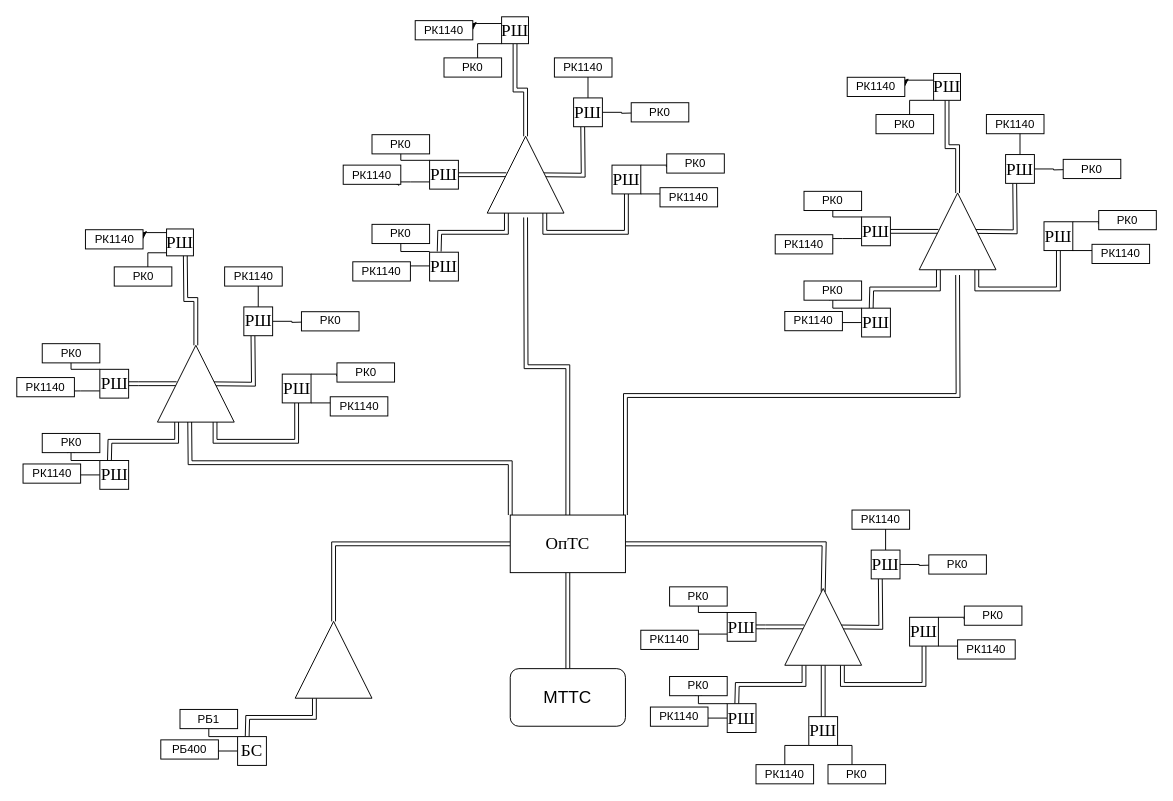
Above: obdz2/схема 22.drawio in AngelicHavy/site (draw.io), before the change. Source tidied: cells renumbered, new cells numbered last; positions are measured from the earlier drawing's top-left corner, leaving out a move shared by most shapes. Both pictures are drawn from the tidied source at 96%, with x=0, y=0 at pixel (16, 16).
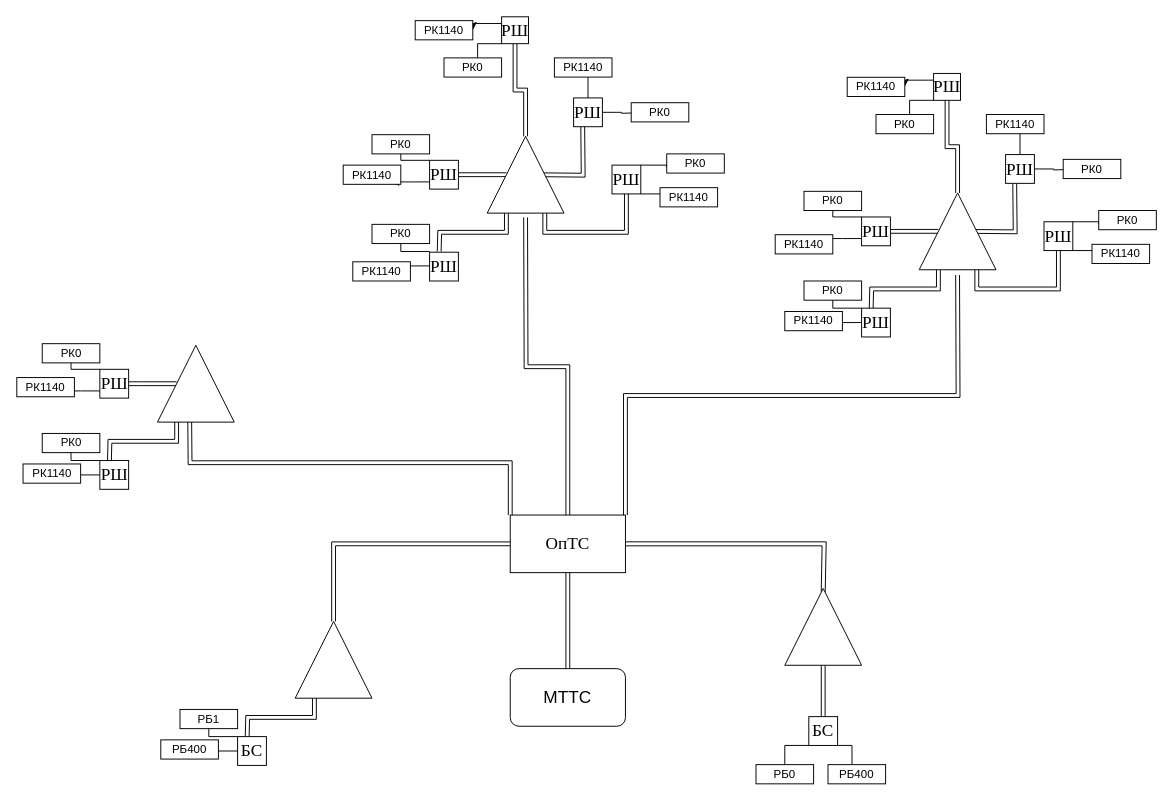
After the change.

Unchanged cells that the change refers to:
```xml
<mxCell id="15" style="triangle;whiteSpace=wrap;html=1;rotation=-90;" parent="1" vertex="1">
  <mxGeometry x="800" y="595.5" width="80" height="80" as="geometry" />
</mxCell>
<mxCell id="84" style="triangle;whiteSpace=wrap;html=1;rotation=-90;" parent="1" vertex="1">
  <mxGeometry x="146.5" y="342.2" width="80" height="80" as="geometry" />
</mxCell>
```

Diff of the diagram source:
```diff
@@
-    <mxCell id="10" style="edgeStyle=orthogonalEdgeStyle;rounded=0;jettySize=auto;html=1;exitX=0.5;exitY=0;exitDx=0;exitDy=0;shape=link;" parent="1" edge="1" source="15">
-      <mxGeometry relative="1" as="geometry">
-        <mxPoint x="770" y="635.5" as="targetPoint" />
-      </mxGeometry>
-    </mxCell>
-    <mxCell id="11" style="edgeStyle=orthogonalEdgeStyle;rounded=0;orthogonalLoop=1;jettySize=auto;html=1;exitX=0.5;exitY=1;exitDx=0;exitDy=0;shape=link;" parent="1" edge="1">
-      <mxGeometry relative="1" as="geometry">
-        <mxPoint x="849.5" y="635.5" as="sourcePoint" />
-        <mxPoint x="899.5" y="585.5" as="targetPoint" />
-      </mxGeometry>
-    </mxCell>
-    <mxCell id="12" style="edgeStyle=orthogonalEdgeStyle;rounded=0;jettySize=auto;html=1;exitX=0;exitY=0.75;exitDx=0;exitDy=0;shape=link;entryX=0.5;entryY=1;entryDx=0;entryDy=0;" parent="1" edge="1" source="15" target="18">
-      <mxGeometry relative="1" as="geometry" />
-    </mxCell>
-    <mxCell id="13" style="edgeStyle=orthogonalEdgeStyle;rounded=0;jettySize=auto;html=1;exitX=0;exitY=0.25;exitDx=0;exitDy=0;shape=link;" parent="1" edge="1" source="15">
-      <mxGeometry relative="1" as="geometry">
-        <mxPoint x="750" y="715.5" as="targetPoint" />
-      </mxGeometry>
-    </mxCell>
@@
-    <mxCell id="16" style="edgeStyle=orthogonalEdgeStyle;rounded=0;jettySize=auto;html=1;exitX=1;exitY=0;exitDx=0;exitDy=0;" parent="1" edge="1" source="18">
-      <mxGeometry relative="1" as="geometry">
-        <mxPoint x="990" y="619" as="targetPoint" />
-      </mxGeometry>
-    </mxCell>
-    <mxCell id="17" style="edgeStyle=orthogonalEdgeStyle;rounded=0;jettySize=auto;html=1;exitX=1;exitY=1;exitDx=0;exitDy=0;" parent="1" edge="1" source="18">
-      <mxGeometry relative="1" as="geometry">
-        <mxPoint x="990" y="656" as="targetPoint" />
-      </mxGeometry>
-    </mxCell>
-    <mxCell id="18" value="&lt;font style=&quot;font-size: 18px;&quot; face=&quot;Times New Roman&quot;&gt;РШ&lt;/font&gt;" style="whiteSpace=wrap;html=1;" parent="1" vertex="1">
-      <mxGeometry x="930" y="625.5" width="30" height="30" as="geometry" />
-    </mxCell>
-    <mxCell id="19" style="edgeStyle=orthogonalEdgeStyle;rounded=0;jettySize=auto;html=1;exitX=0.5;exitY=0;exitDx=0;exitDy=0;" parent="1" edge="1" source="21">
-      <mxGeometry relative="1" as="geometry">
-        <mxPoint x="905" y="519" as="targetPoint" />
-      </mxGeometry>
-    </mxCell>
-    <mxCell id="20" style="edgeStyle=orthogonalEdgeStyle;rounded=0;jettySize=auto;html=1;exitX=1;exitY=0.5;exitDx=0;exitDy=0;" parent="1" edge="1" source="21">
-      <mxGeometry relative="1" as="geometry">
-        <mxPoint x="960" y="571" as="targetPoint" />
-      </mxGeometry>
-    </mxCell>
-    <mxCell id="21" value="&lt;font face=&quot;Times New Roman&quot; style=&quot;font-size: 18px;&quot;&gt;РШ&lt;/font&gt;" style="whiteSpace=wrap;html=1;" parent="1" vertex="1">
-      <mxGeometry x="890" y="555.5" width="30" height="30" as="geometry" />
-    </mxCell>
@@
-    <mxCell id="24" value="&lt;font face=&quot;Times New Roman&quot; style=&quot;font-size: 18px;&quot;&gt;РШ&lt;/font&gt;" style="whiteSpace=wrap;html=1;" parent="1" vertex="1">
+    <mxCell id="24" value="&lt;font face=&quot;Times New Roman&quot;&gt;&lt;span style=&quot;font-size: 18px;&quot;&gt;БС&lt;/span&gt;&lt;/font&gt;" style="whiteSpace=wrap;html=1;" parent="1" vertex="1">
       <mxGeometry x="825" y="729" width="30" height="30" as="geometry" />
     </mxCell>
-    <mxCell id="25" style="edgeStyle=orthogonalEdgeStyle;rounded=0;jettySize=auto;html=1;exitX=0;exitY=0.75;exitDx=0;exitDy=0;" parent="1" edge="1" source="27">
-      <mxGeometry relative="1" as="geometry">
-        <mxPoint x="700" y="643" as="targetPoint" />
-      </mxGeometry>
-    </mxCell>
-    <mxCell id="26" style="edgeStyle=orthogonalEdgeStyle;rounded=0;jettySize=auto;html=1;exitX=0;exitY=0;exitDx=0;exitDy=0;" parent="1" edge="1" source="27">
-      <mxGeometry relative="1" as="geometry">
-        <mxPoint x="710" y="599" as="targetPoint" />
-      </mxGeometry>
-    </mxCell>
-    <mxCell id="27" value="&lt;font face=&quot;Times New Roman&quot; style=&quot;font-size: 18px;&quot;&gt;РШ&lt;/font&gt;" style="whiteSpace=wrap;html=1;" parent="1" vertex="1">
-      <mxGeometry x="740" y="620.5" width="30" height="30" as="geometry" />
-    </mxCell>
-    <mxCell id="28" style="edgeStyle=orthogonalEdgeStyle;rounded=0;jettySize=auto;html=1;exitX=0;exitY=0.5;exitDx=0;exitDy=0;" parent="1" edge="1" source="30">
-      <mxGeometry relative="1" as="geometry">
-        <mxPoint x="710" y="731" as="targetPoint" />
-      </mxGeometry>
-    </mxCell>
-    <mxCell id="29" style="edgeStyle=orthogonalEdgeStyle;rounded=0;jettySize=auto;html=1;exitX=0;exitY=0;exitDx=0;exitDy=0;" parent="1" edge="1" source="30">
-      <mxGeometry relative="1" as="geometry">
-        <mxPoint x="710" y="699" as="targetPoint" />
-      </mxGeometry>
-    </mxCell>
-    <mxCell id="30" value="&lt;font face=&quot;Times New Roman&quot; style=&quot;font-size: 18px;&quot;&gt;РШ&lt;/font&gt;" style="whiteSpace=wrap;html=1;" parent="1" vertex="1">
-      <mxGeometry x="740" y="715.5" width="30" height="30" as="geometry" />
-    </mxCell>
-    <mxCell id="31" value="РК0" style="rounded=0;whiteSpace=wrap;html=1;" parent="1" vertex="1">
+    <mxCell id="31" value="РБ400" style="rounded=0;whiteSpace=wrap;html=1;" parent="1" vertex="1">
       <mxGeometry x="845" y="779" width="60" height="20" as="geometry" />
     </mxCell>
-    <mxCell id="32" value="РК1140" style="rounded=0;whiteSpace=wrap;html=1;" parent="1" vertex="1">
+    <mxCell id="32" value="РБ0" style="rounded=0;whiteSpace=wrap;html=1;" parent="1" vertex="1">
       <mxGeometry x="770" y="779" width="60" height="20" as="geometry" />
     </mxCell>
-    <mxCell id="33" value="РК0" style="rounded=0;whiteSpace=wrap;html=1;" parent="1" vertex="1">
-      <mxGeometry x="987" y="613.8" width="60" height="20" as="geometry" />
-    </mxCell>
-    <mxCell id="34" value="РК0" style="rounded=0;whiteSpace=wrap;html=1;" parent="1" vertex="1">
-      <mxGeometry x="950" y="560.5" width="60" height="20" as="geometry" />
-    </mxCell>
-    <mxCell id="35" value="РК0" style="rounded=0;whiteSpace=wrap;html=1;" parent="1" vertex="1">
-      <mxGeometry x="680" y="593.8" width="60" height="20" as="geometry" />
-    </mxCell>
-    <mxCell id="36" value="РК0" style="rounded=0;whiteSpace=wrap;html=1;" parent="1" vertex="1">
-      <mxGeometry x="680" y="687.2" width="60" height="20" as="geometry" />
-    </mxCell>
-    <mxCell id="37" value="РК1140" style="rounded=0;whiteSpace=wrap;html=1;" parent="1" vertex="1">
-      <mxGeometry x="980" y="649" width="60" height="20" as="geometry" />
-    </mxCell>
-    <mxCell id="38" value="РК1140" style="rounded=0;whiteSpace=wrap;html=1;" parent="1" vertex="1">
-      <mxGeometry x="870" y="513.8" width="60" height="20" as="geometry" />
-    </mxCell>
-    <mxCell id="39" value="РК1140" style="rounded=0;whiteSpace=wrap;html=1;" parent="1" vertex="1">
-      <mxGeometry x="650" y="639" width="60" height="20" as="geometry" />
-    </mxCell>
-    <mxCell id="40" value="РК1140" style="rounded=0;whiteSpace=wrap;html=1;" parent="1" vertex="1">
-      <mxGeometry x="660" y="719" width="60" height="20" as="geometry" />
-    </mxCell>
@@
-    <mxCell id="80" style="edgeStyle=orthogonalEdgeStyle;rounded=0;orthogonalLoop=1;jettySize=auto;html=1;exitX=0.5;exitY=1;exitDx=0;exitDy=0;shape=link;" parent="1" edge="1">
-      <mxGeometry relative="1" as="geometry">
-        <mxPoint x="196" y="382.2" as="sourcePoint" />
-        <mxPoint x="246" y="332.2" as="targetPoint" />
-      </mxGeometry>
-    </mxCell>
-    <mxCell id="81" style="edgeStyle=orthogonalEdgeStyle;rounded=0;jettySize=auto;html=1;exitX=0;exitY=0.75;exitDx=0;exitDy=0;shape=link;entryX=0.5;entryY=1;entryDx=0;entryDy=0;" parent="1" edge="1" source="84" target="87">
-      <mxGeometry relative="1" as="geometry" />
-    </mxCell>
@@
-    <mxCell id="83" style="edgeStyle=orthogonalEdgeStyle;rounded=0;jettySize=auto;html=1;exitX=1;exitY=0.5;exitDx=0;exitDy=0;entryX=0.5;entryY=1;entryDx=0;entryDy=0;shape=link;" parent="1" edge="1" source="84">
-      <mxGeometry relative="1" as="geometry">
-        <mxPoint x="175.5" y="245.8" as="targetPoint" />
-      </mxGeometry>
-    </mxCell>
@@
-    <mxCell id="85" style="edgeStyle=orthogonalEdgeStyle;rounded=0;jettySize=auto;html=1;exitX=1;exitY=0;exitDx=0;exitDy=0;" parent="1" edge="1" source="87">
-      <mxGeometry relative="1" as="geometry">
-        <mxPoint x="336.5" y="365.8" as="targetPoint" />
-      </mxGeometry>
-    </mxCell>
-    <mxCell id="86" style="edgeStyle=orthogonalEdgeStyle;rounded=0;jettySize=auto;html=1;exitX=1;exitY=1;exitDx=0;exitDy=0;" parent="1" edge="1" source="87">
-      <mxGeometry relative="1" as="geometry">
-        <mxPoint x="336.5" y="402.8" as="targetPoint" />
-      </mxGeometry>
-    </mxCell>
-    <mxCell id="87" value="&lt;font style=&quot;font-size: 18px;&quot; face=&quot;Times New Roman&quot;&gt;РШ&lt;/font&gt;" style="whiteSpace=wrap;html=1;" parent="1" vertex="1">
-      <mxGeometry x="276.5" y="372.2" width="30" height="30" as="geometry" />
-    </mxCell>
-    <mxCell id="88" style="edgeStyle=orthogonalEdgeStyle;rounded=0;jettySize=auto;html=1;exitX=0.5;exitY=0;exitDx=0;exitDy=0;" parent="1" edge="1" source="90">
-      <mxGeometry relative="1" as="geometry">
-        <mxPoint x="251.5" y="265.8" as="targetPoint" />
-      </mxGeometry>
-    </mxCell>
-    <mxCell id="89" style="edgeStyle=orthogonalEdgeStyle;rounded=0;jettySize=auto;html=1;exitX=1;exitY=0.5;exitDx=0;exitDy=0;" parent="1" edge="1" source="90">
-      <mxGeometry relative="1" as="geometry">
-        <mxPoint x="306.5" y="317.8" as="targetPoint" />
-      </mxGeometry>
-    </mxCell>
-    <mxCell id="90" value="&lt;font face=&quot;Times New Roman&quot; style=&quot;font-size: 18px;&quot;&gt;РШ&lt;/font&gt;" style="whiteSpace=wrap;html=1;" parent="1" vertex="1">
-      <mxGeometry x="236.5" y="302.2" width="30" height="30" as="geometry" />
-    </mxCell>
-    <mxCell id="91" style="edgeStyle=orthogonalEdgeStyle;rounded=0;orthogonalLoop=1;jettySize=auto;html=1;exitX=0;exitY=1;exitDx=0;exitDy=0;" parent="1" edge="1">
-      <mxGeometry relative="1" as="geometry">
-        <mxPoint x="161.5" y="245.8" as="sourcePoint" />
-        <mxPoint x="136.5" y="275.8" as="targetPoint" />
-      </mxGeometry>
-    </mxCell>
-    <mxCell id="92" style="edgeStyle=orthogonalEdgeStyle;rounded=0;jettySize=auto;html=1;exitX=0;exitY=0.25;exitDx=0;exitDy=0;entryX=1;entryY=0.5;entryDx=0;entryDy=0;" parent="1" edge="1" target="100">
-      <mxGeometry relative="1" as="geometry">
-        <mxPoint x="161.5" y="224.8" as="sourcePoint" />
-      </mxGeometry>
-    </mxCell>
@@
-    <mxCell id="99" value="РК0" style="rounded=0;whiteSpace=wrap;html=1;" parent="1" vertex="1">
-      <mxGeometry x="101.5" y="260.5" width="60" height="20" as="geometry" />
-    </mxCell>
-    <mxCell id="100" value="РК1140" style="rounded=0;whiteSpace=wrap;html=1;" parent="1" vertex="1">
-      <mxGeometry x="71.5" y="221.8" width="60" height="20" as="geometry" />
-    </mxCell>
-    <mxCell id="101" value="РК0" style="rounded=0;whiteSpace=wrap;html=1;" parent="1" vertex="1">
-      <mxGeometry x="333.5" y="360.5" width="60" height="20" as="geometry" />
-    </mxCell>
-    <mxCell id="102" value="РК0" style="rounded=0;whiteSpace=wrap;html=1;" parent="1" vertex="1">
-      <mxGeometry x="296.5" y="307.2" width="60" height="20" as="geometry" />
-    </mxCell>
@@
-    <mxCell id="105" value="РК1140" style="rounded=0;whiteSpace=wrap;html=1;" parent="1" vertex="1">
-      <mxGeometry x="326.5" y="395.8" width="60" height="20" as="geometry" />
-    </mxCell>
-    <mxCell id="106" value="РК1140" style="rounded=0;whiteSpace=wrap;html=1;" parent="1" vertex="1">
-      <mxGeometry x="216.5" y="260.5" width="60" height="20" as="geometry" />
-    </mxCell>
@@
-    <mxCell id="108" value="&lt;font face=&quot;Times New Roman&quot; style=&quot;font-size: 18px;&quot;&gt;РШ&lt;/font&gt;" style="whiteSpace=wrap;html=1;" parent="1" vertex="1">
-      <mxGeometry x="156" y="221" width="28" height="28" as="geometry" />
-    </mxCell>
```
